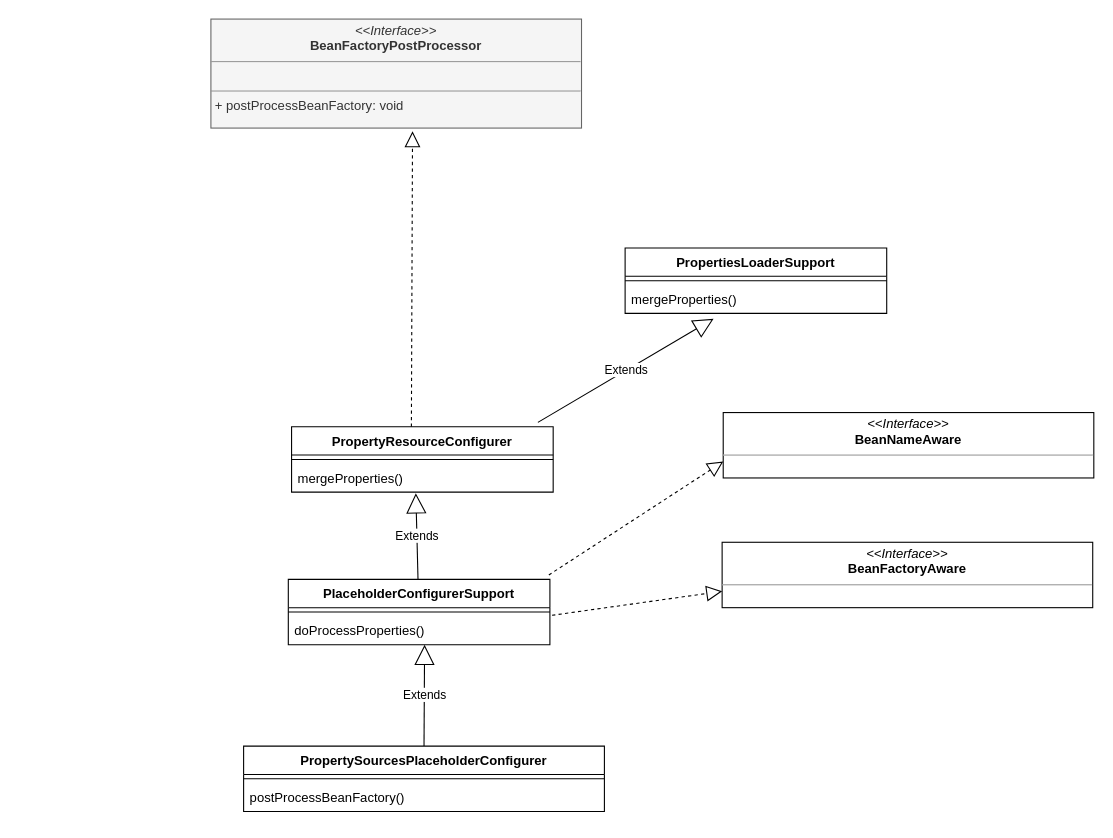
Earlier version of the draw.io diagram spring占位符.drawio (baiymfkese/doc). Source tidied: cells renumbered, new cells numbered last; positions are measured from the earlier drawing's top-left corner, leaving out a move shared by most shapes. Both pictures are drawn from the tidied source at 109%, with x=0, y=0 at pixel (210, 19).
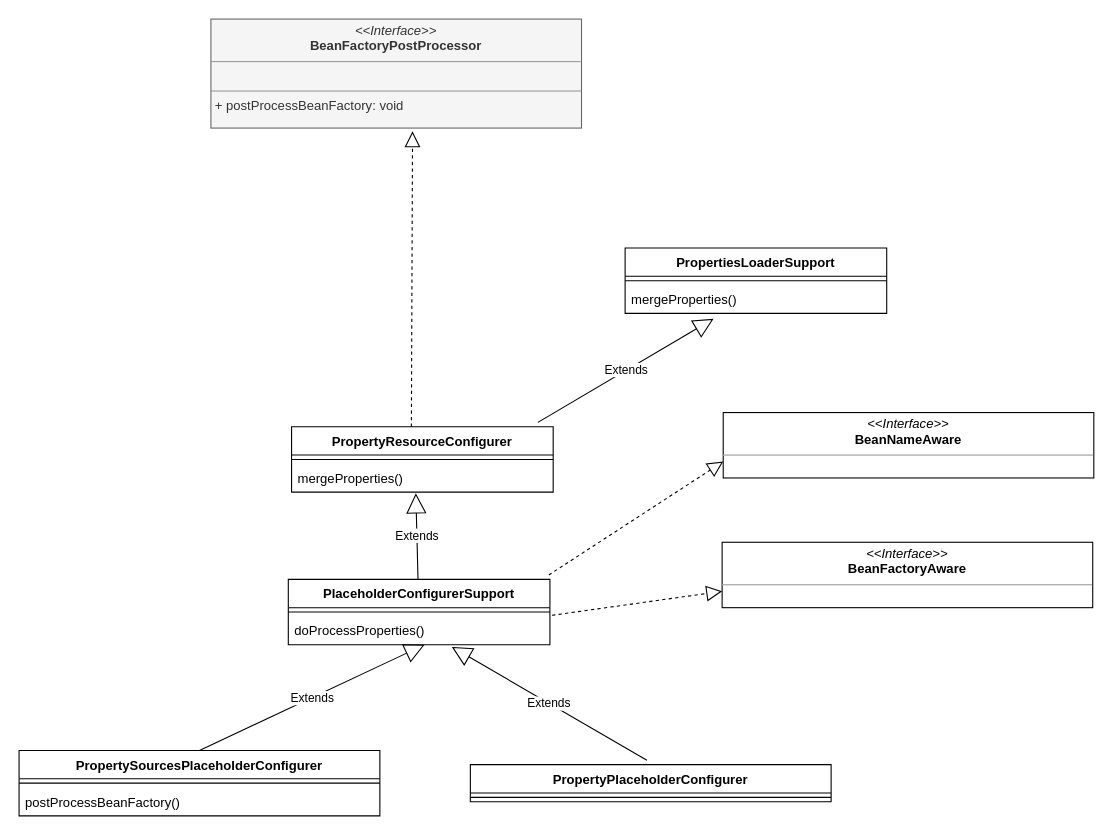
The same page after the edit.

Unchanged cells that the change refers to:
```xml
<mxCell id="13" value="doProcessProperties()" style="text;strokeColor=none;fillColor=none;align=left;verticalAlign=top;spacingLeft=4;spacingRight=4;overflow=hidden;points=[[0,0.5],[1,0.5]];portConstraint=eastwest;" parent="11" vertex="1">
  <mxGeometry y="34" width="240" height="26" as="geometry" />
</mxCell>
```

Change to the diagram source:
```diff
@@
     <mxCell id="19" value="PropertySourcesPlaceholderConfigurer" style="swimlane;fontStyle=1;align=center;verticalAlign=top;horizontal=1;startSize=26;" parent="1" vertex="1">
-      <mxGeometry x="30" y="667" width="331" height="60" as="geometry" />
+      <mxGeometry x="-176" y="671" width="331" height="60" as="geometry" />
     </mxCell>
@@
+    <mxCell id="23" value="PropertyPlaceholderConfigurer" style="swimlane;fontStyle=1;align=center;verticalAlign=top;horizontal=1;startSize=26;" parent="1" vertex="1">
+      <mxGeometry x="238" y="684" width="331" height="34" as="geometry" />
+    </mxCell>
+    <mxCell id="24" style="line;strokeWidth=1;fillColor=none;align=left;verticalAlign=middle;spacingTop=-1;spacingLeft=3;spacingRight=3;labelPosition=right;" parent="23" vertex="1">
+      <mxGeometry y="26" width="331" height="8" as="geometry" />
+    </mxCell>
+    <mxCell id="25" value="Extends" style="endArrow=block;endSize=16;endFill=0;html=1;entryX=0.625;entryY=1.077;entryDx=0;entryDy=0;entryPerimeter=0;" parent="1" edge="1" target="13">
+      <mxGeometry relative="1" as="geometry">
+        <mxPoint x="400" y="680" as="sourcePoint" />
+      </mxGeometry>
+    </mxCell>
```
